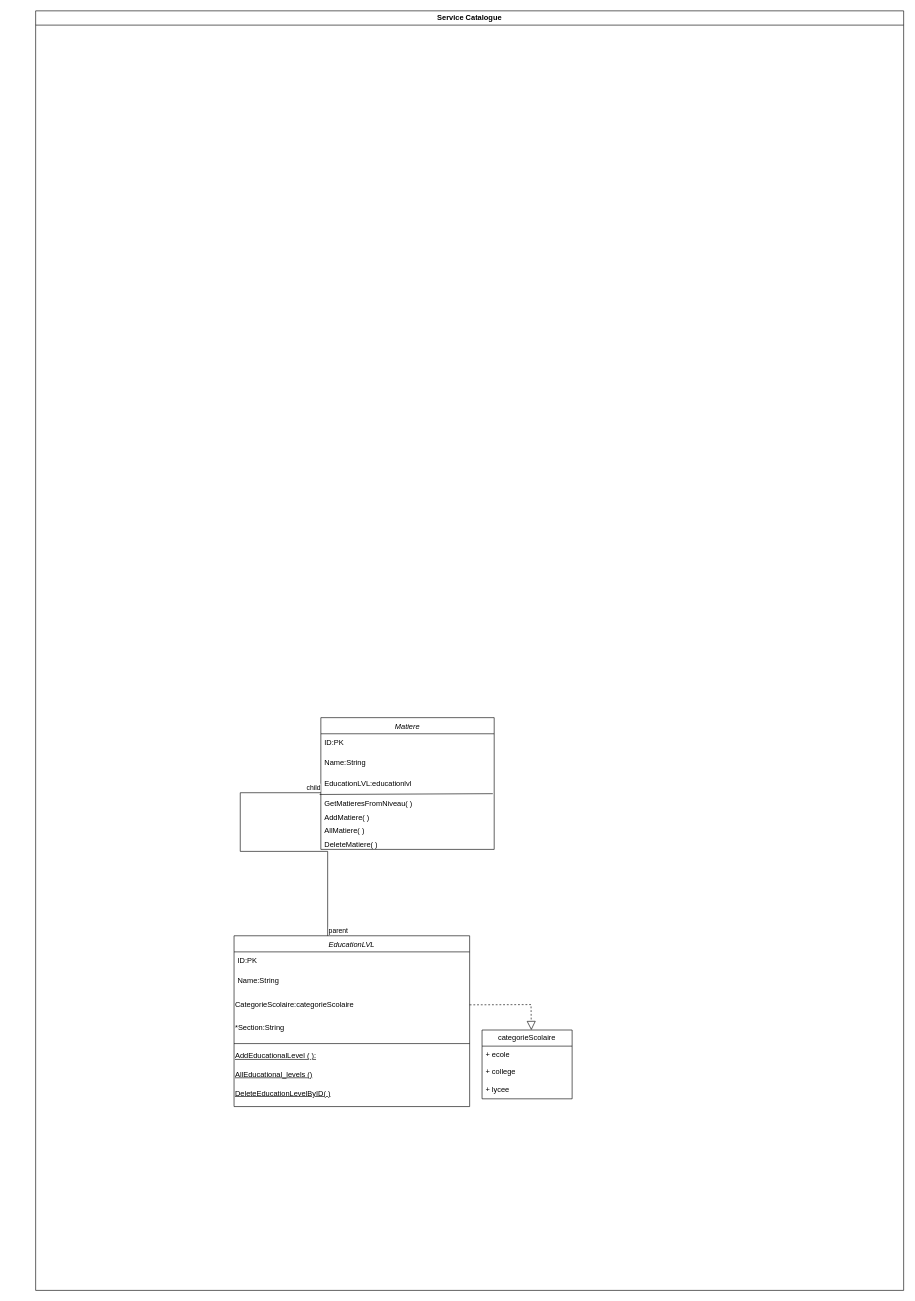
Earlier version of the draw.io diagram sprint1 catalog.drawio (faresUnderScore999/test1.0). Source tidied: cells renumbered, new cells numbered last; positions are measured from the earlier drawing's top-left corner, leaving out a move shared by most shapes. Both pictures are drawn from the tidied source at 62%, with x=0, y=0 at pixel (11, 11).
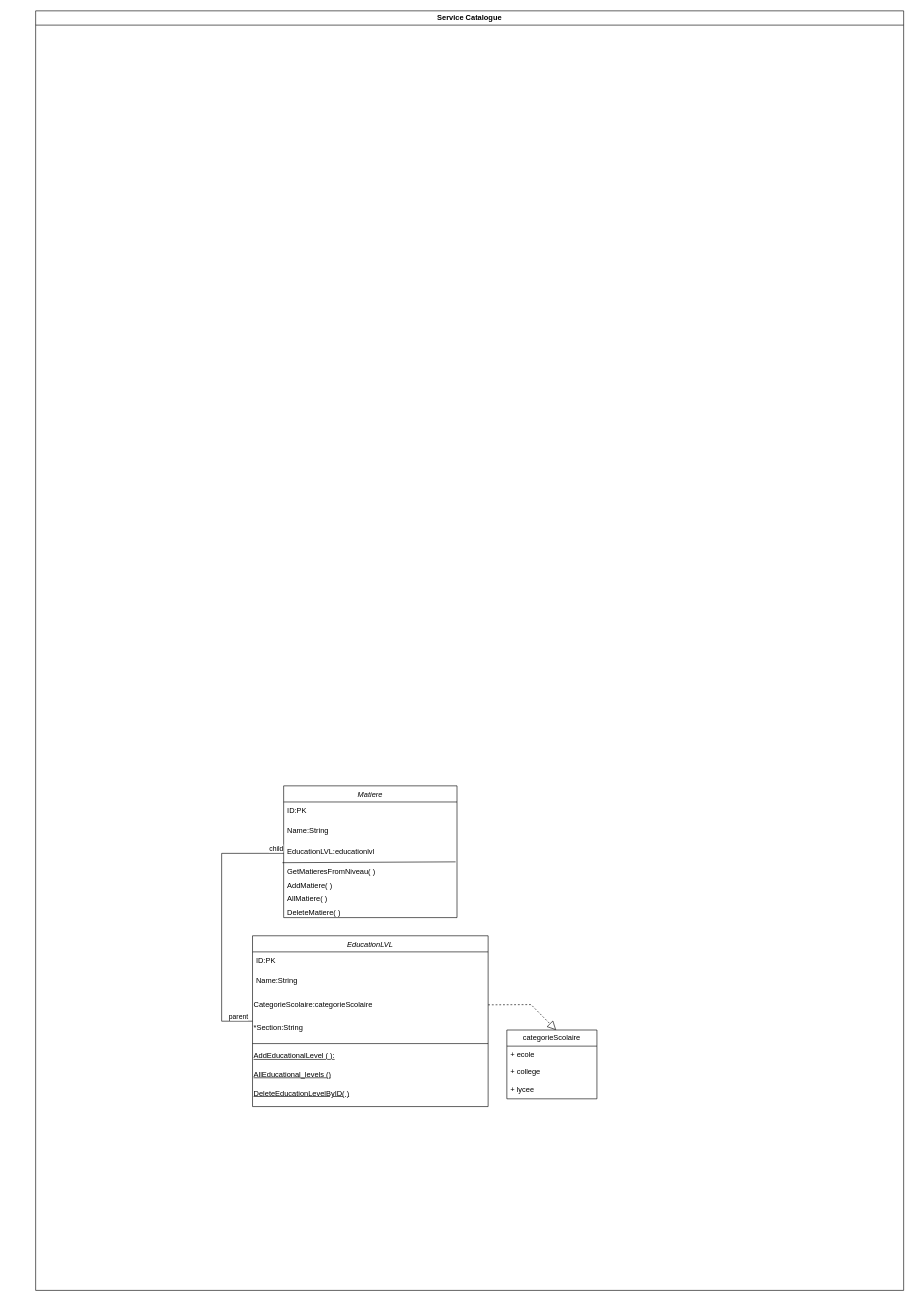
After the change.

Commit message (it also covers changes not shown here):
Mettre à jour sprint1 catalog.drawio

The change refers to these unchanged cells:
```xml
<mxCell id="3" value="Service Catalogue" style="swimlane;whiteSpace=wrap;html=1;" parent="2" vertex="1">
  <mxGeometry x="40" y="-40" width="1400" height="2063.8" as="geometry" />
</mxCell>
<mxCell id="18" value="EducationLVL:educationlvl" style="text;align=left;verticalAlign=top;spacingLeft=4;spacingRight=4;overflow=hidden;points=[[0,0.5],[1,0.5]];portConstraint=eastwest;rounded=0;shadow=0;html=0;" parent="15" vertex="1">
  <mxGeometry y="92.3" width="279.6" height="33.1" as="geometry" />
</mxCell>
```

The edit, as a diff of the source:
```diff
@@
     <mxCell id="4" value="EducationLVL" style="swimlane;fontStyle=2;align=center;verticalAlign=top;horizontal=1;startSize=26;rounded=0;shadow=0;strokeWidth=1;" parent="3" vertex="1">
-      <mxGeometry x="320" y="1491.8" width="380" height="275.5" as="geometry" />
+      <mxGeometry x="349.8" y="1491.8" width="380" height="275.5" as="geometry" />
     </mxCell>
@@
     <mxCell id="15" value="Matiere" style="swimlane;fontStyle=2;align=center;verticalAlign=top;horizontal=1;startSize=26;rounded=0;shadow=0;strokeWidth=1;" parent="3" vertex="1">
-      <mxGeometry x="460" y="1140" width="279.6" height="212.5" as="geometry" />
+      <mxGeometry x="400" y="1250" width="279.6" height="212.5" as="geometry" />
     </mxCell>
@@
-    <mxCell id="24" style="endArrow=none;html=1;edgeStyle=orthogonalEdgeStyle;rounded=0;" parent="3" edge="1" source="4" target="18">
+    <mxCell id="24" style="endArrow=none;html=1;edgeStyle=orthogonalEdgeStyle;rounded=0;entryX=0;entryY=0.5;entryDx=0;entryDy=0;" parent="3" edge="1" source="4" target="18">
       <mxGeometry relative="1" as="geometry">
         <Array as="points">
-          <mxPoint x="471" y="1355.7" />
-          <mxPoint x="330" y="1355.7" />
-          <mxPoint x="330" y="1261.1" />
+          <mxPoint x="300" y="1630" />
+          <mxPoint x="300" y="1359" />
         </Array>
       </mxGeometry>
     </mxCell>
     <mxCell id="25" value="parent" style="edgeLabel;html=1;align=left;verticalAlign=bottom;" parent="24" vertex="1">
-      <mxGeometry x="-1" relative="1" as="geometry" />
+      <mxGeometry x="-1" relative="1" as="geometry">
+        <mxPoint x="-40" as="offset" />
+      </mxGeometry>
     </mxCell>
@@
     <mxCell id="27" value="categorieScolaire" style="swimlane;fontStyle=0;horizontal=1;startSize=26;fillColor=none;whiteSpace=wrap;html=1;" parent="3" vertex="1">
-      <mxGeometry x="720" y="1643.8" width="145.3" height="111" as="geometry" />
+      <mxGeometry x="760" y="1643.8" width="145.3" height="111" as="geometry" />
     </mxCell>
```
